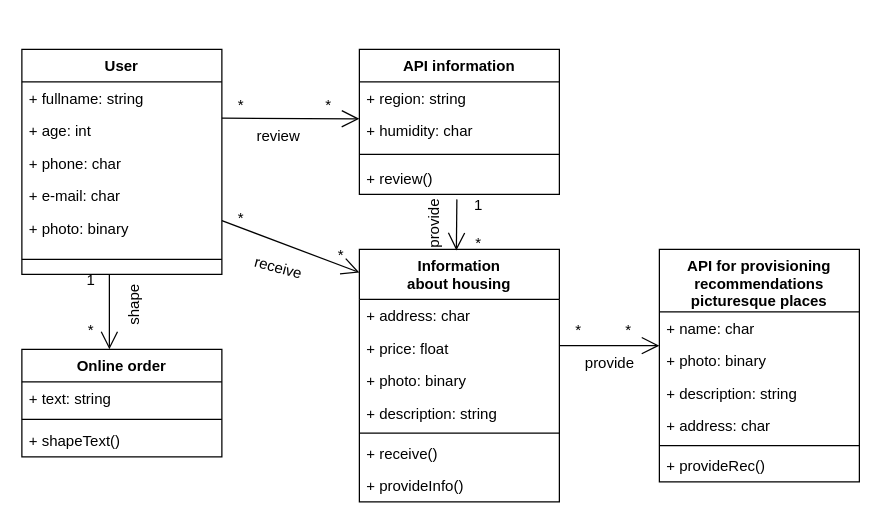
Before: 2-SoftwareDesign/2.5-UMLProgramClasses/ConceptClasses.drawio in oleksandrblazhko/ai202-nezhivih, a draw.io diagram. Source tidied: cells renumbered, new cells numbered last; positions are measured from the earlier drawing's top-left corner, leaving out a move shared by most shapes. Both pictures are drawn from the tidied source at 125%, with x=0, y=0 at pixel (21, 49).
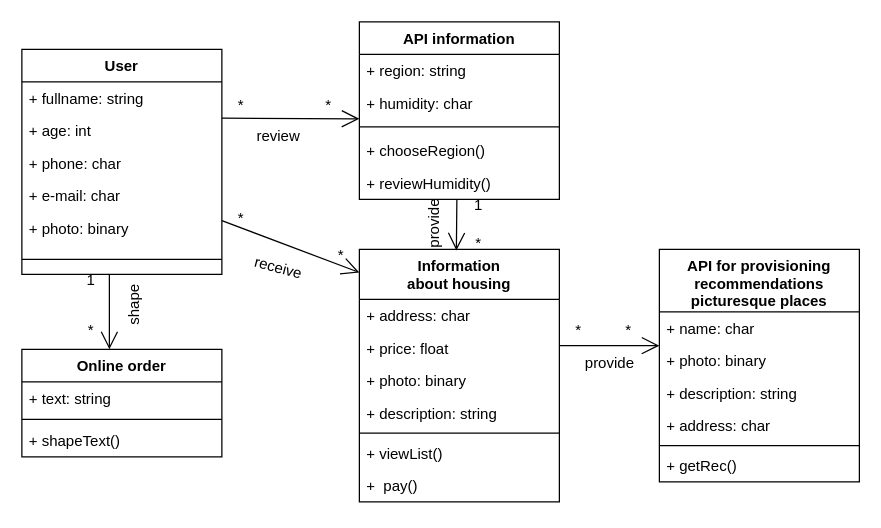
The same diagram, later.

Unchanged cells that the change refers to:
```xml
<mxCell id="26" value="Information&#10;about housing" style="swimlane;fontStyle=1;align=center;verticalAlign=top;horizontal=1;startSize=40;" parent="1" vertex="1">
  <mxGeometry x="270" y="160" width="160" height="202" as="geometry" />
</mxCell>
<mxCell id="42" value="API for provisioning&#10;recommendations&#10;picturesque places" style="swimlane;fontStyle=1;align=center;verticalAlign=top;horizontal=1;startSize=50;" parent="1" vertex="1">
  <mxGeometry x="510" y="160" width="160" height="186" as="geometry" />
</mxCell>
```

What changed in the source:
```diff
@@
     <mxCell id="17" value="API information" style="swimlane;fontStyle=1;align=center;verticalAlign=top;horizontal=1;startSize=26;" parent="1" vertex="1">
-      <mxGeometry x="270" width="160" height="116" as="geometry" />
+      <mxGeometry x="270" y="-22" width="160" height="142" as="geometry" />
     </mxCell>
@@
-    <mxCell id="21" value="+ review()" style="text;strokeColor=none;fillColor=none;align=left;verticalAlign=top;spacingLeft=4;spacingRight=4;overflow=hidden;" parent="17" vertex="1">
+    <mxCell id="21" value="+ chooseRegion()" style="text;strokeColor=none;fillColor=none;align=left;verticalAlign=top;spacingLeft=4;spacingRight=4;overflow=hidden;" parent="17" vertex="1">
       <mxGeometry y="90" width="160" height="26" as="geometry" />
     </mxCell>
+    <mxCell id="53" value="+ reviewHumidity()" style="text;strokeColor=none;fillColor=none;align=left;verticalAlign=top;spacingLeft=4;spacingRight=4;overflow=hidden;" parent="17" vertex="1">
+      <mxGeometry y="116" width="160" height="26" as="geometry" />
+    </mxCell>
@@
-    <mxCell id="32" value="+ receive()" style="text;strokeColor=none;fillColor=none;align=left;verticalAlign=top;spacingLeft=4;spacingRight=4;overflow=hidden;" parent="26" vertex="1">
-      <mxGeometry y="150" width="160" height="26" as="geometry" />
-    </mxCell>
-    <mxCell id="33" value="+ provideInfo()" style="text;strokeColor=none;fillColor=none;align=left;verticalAlign=top;spacingLeft=4;spacingRight=4;overflow=hidden;" parent="26" vertex="1">
-      <mxGeometry y="176" width="160" height="26" as="geometry" />
+    <mxCell id="33" value="+ viewList()" style="text;strokeColor=none;fillColor=none;align=left;verticalAlign=top;spacingLeft=4;spacingRight=4;overflow=hidden;" parent="26" vertex="1">
+      <mxGeometry y="150" width="160" height="26" as="geometry" />
     </mxCell>
+    <mxCell id="54" value="+  pay()" style="text;strokeColor=none;fillColor=none;align=left;verticalAlign=top;spacingLeft=4;spacingRight=4;overflow=hidden;" parent="26" vertex="1">
+      <mxGeometry y="176" width="160" height="26" as="geometry" />
+    </mxCell>
@@
-    <mxCell id="48" value="+ provideRec()" style="text;strokeColor=none;fillColor=none;align=left;verticalAlign=top;spacingLeft=4;spacingRight=4;overflow=hidden;" parent="42" vertex="1">
+    <mxCell id="48" value="+ getRec()" style="text;strokeColor=none;fillColor=none;align=left;verticalAlign=top;spacingLeft=4;spacingRight=4;overflow=hidden;" parent="42" vertex="1">
       <mxGeometry y="160" width="160" height="26" as="geometry" />
     </mxCell>
```
